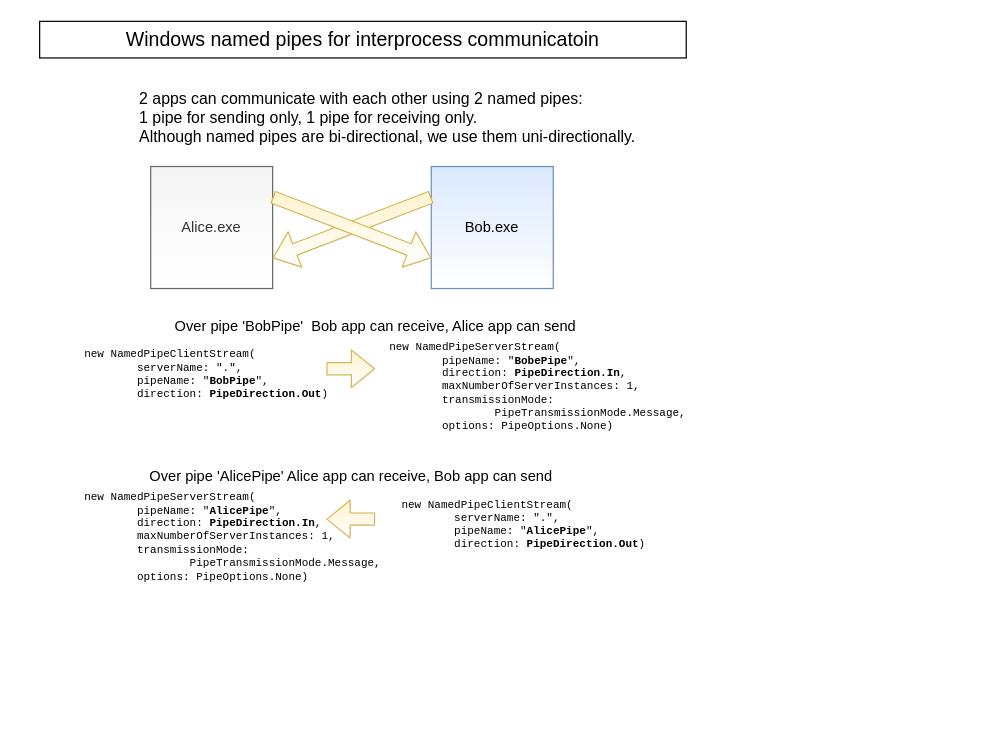
Earlier version of the draw.io diagram docs/NamedPipes.drawio (nklkli/NamedPipes). Source tidied: cells renumbered, new cells numbered last; positions are measured from the earlier drawing's top-left corner, leaving out a move shared by most shapes. Both pictures are drawn from the tidied source at 122%, with x=0, y=0 at pixel (39, 21).
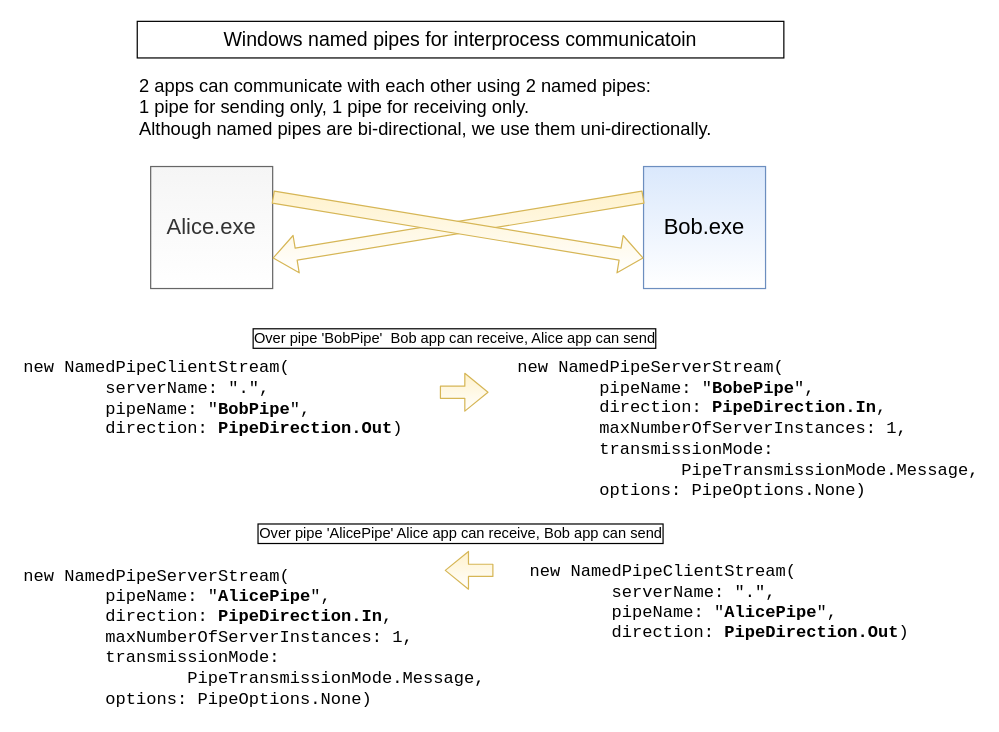
The same diagram, later.

Commit message (it also covers changes not shown here):
Diagram made larger

What changed in the source:
```diff
@@
 <mxGraphModel>
   <root>
     <mxCell id="0" />
     <mxCell id="1" parent="0" />
-    <mxCell id="2" value="Alice.exe" style="whiteSpace=wrap;html=1;fillColor=#f5f5f5;fontColor=#333333;strokeColor=#666666;gradientColor=#ffffff;" parent="1" vertex="1">
+    <mxCell id="2" value="Alice.exe" style="whiteSpace=wrap;html=1;fillColor=#f5f5f5;fontColor=#333333;strokeColor=#666666;gradientColor=#ffffff;fontSize=18;" parent="1" vertex="1">
       <mxGeometry x="91" y="119" width="100" height="100" as="geometry" />
     </mxCell>
-    <mxCell id="3" value="Bob.exe" style="whiteSpace=wrap;html=1;fillColor=#dae8fc;strokeColor=#6c8ebf;gradientColor=#ffffff;shadow=0;" parent="1" vertex="1">
-      <mxGeometry x="321" y="119" width="100" height="100" as="geometry" />
+    <mxCell id="3" value="Bob.exe" style="whiteSpace=wrap;html=1;fillColor=#dae8fc;strokeColor=#6c8ebf;gradientColor=#ffffff;shadow=0;fontSize=18;" parent="1" vertex="1">
+      <mxGeometry x="495" y="119" width="100" height="100" as="geometry" />
     </mxCell>
     <mxCell id="4" style="shape=flexArrow;endArrow=classic;html=1;rounded=1;strokeColor=#d6b656;shadow=0;fillColor=#fff2cc;gradientColor=#ffffff;entryX=1;entryY=0.75;entryDx=0;entryDy=0;exitX=0;exitY=0.25;exitDx=0;exitDy=0;" parent="1" edge="1" source="3" target="2">
       <mxGeometry relative="1" as="geometry" />
     </mxCell>
     <mxCell id="5" style="shape=flexArrow;endArrow=classic;html=1;rounded=1;strokeColor=#d6b656;shadow=0;fillColor=#fff2cc;exitX=1;exitY=0.25;exitDx=0;exitDy=0;entryX=0;entryY=0.75;entryDx=0;entryDy=0;endSize=6;startSize=6;gradientColor=#ffffff;" parent="1" edge="1" source="2" target="3">
       <mxGeometry relative="1" as="geometry" />
     </mxCell>
-    <mxCell id="6" value="&lt;div&gt;new NamedPipeClientStream(&lt;/div&gt;&lt;div&gt;&lt;span style=&quot;white-space: pre&quot;&gt;&#9;&lt;/span&gt;serverName: &quot;.&quot;,&lt;/div&gt;&lt;div&gt;&amp;nbsp; &amp;nbsp; &amp;nbsp; &amp;nbsp; pipeName: &quot;&lt;b&gt;BobPipe&lt;/b&gt;&quot;,&lt;/div&gt;&lt;div&gt;&amp;nbsp; &amp;nbsp; &amp;nbsp; &amp;nbsp; direction: &lt;b&gt;PipeDirection.Out&lt;/b&gt;)&lt;/div&gt;" style="text;html=1;align=left;verticalAlign=middle;strokeColor=none;fillColor=none;fontFamily=Consolas;fontSize=9;" parent="1" vertex="1">
-      <mxGeometry x="35" y="265" width="200" height="50" as="geometry" />
+    <mxCell id="6" value="&lt;div style=&quot;font-size: 14px;&quot;&gt;new NamedPipeClientStream(&lt;/div&gt;&lt;div style=&quot;font-size: 14px;&quot;&gt;&lt;span style=&quot;white-space: pre; font-size: 14px;&quot;&gt;&#9;&lt;/span&gt;serverName: &quot;.&quot;,&lt;/div&gt;&lt;div style=&quot;font-size: 14px;&quot;&gt;&amp;nbsp; &amp;nbsp; &amp;nbsp; &amp;nbsp; pipeName: &quot;&lt;b style=&quot;font-size: 14px;&quot;&gt;BobPipe&lt;/b&gt;&quot;,&lt;/div&gt;&lt;div style=&quot;font-size: 14px;&quot;&gt;&amp;nbsp; &amp;nbsp; &amp;nbsp; &amp;nbsp; direction: &lt;b style=&quot;font-size: 14px;&quot;&gt;PipeDirection.Out&lt;/b&gt;)&lt;/div&gt;" style="text;html=1;align=left;verticalAlign=middle;strokeColor=none;fillColor=none;fontFamily=Consolas;fontSize=14;" parent="1" vertex="1">
+      <mxGeometry x="-15" y="274" width="300" height="70" as="geometry" />
     </mxCell>
-    <mxCell id="7" value="new NamedPipeServerStream(&lt;br&gt;&amp;nbsp; &amp;nbsp; &lt;span style=&quot;white-space: pre&quot;&gt;&#9;&lt;/span&gt;pipeName: &quot;&lt;b&gt;BobePipe&lt;/b&gt;&quot;,&lt;br&gt;&lt;span style=&quot;white-space: pre&quot;&gt;&#9;&lt;/span&gt;direction: &lt;b&gt;PipeDirection.In&lt;/b&gt;,&lt;br&gt;&amp;nbsp; &amp;nbsp; &amp;nbsp; &amp;nbsp; maxNumberOfServerInstances: 1,&lt;br&gt;&amp;nbsp; &amp;nbsp; &amp;nbsp; &amp;nbsp; transmissionMode: &lt;br&gt;&lt;span style=&quot;white-space: pre&quot;&gt;&#9;&lt;/span&gt;&lt;span style=&quot;white-space: pre&quot;&gt;&#9;&lt;/span&gt;PipeTransmissionMode.Message,&lt;br&gt;&amp;nbsp; &amp;nbsp; &amp;nbsp; &amp;nbsp; options: PipeOptions.None)" style="text;html=1;align=left;verticalAlign=middle;strokeColor=none;fillColor=none;fontFamily=Consolas;fontSize=9;" parent="1" vertex="1">
-      <mxGeometry x="285" y="260" width="240" height="80" as="geometry" />
+    <mxCell id="7" value="new NamedPipeServerStream(&lt;br style=&quot;font-size: 14px;&quot;&gt;&amp;nbsp; &amp;nbsp; &lt;span style=&quot;white-space: pre; font-size: 14px;&quot;&gt;&#9;&lt;/span&gt;pipeName: &quot;&lt;b style=&quot;font-size: 14px;&quot;&gt;BobePipe&lt;/b&gt;&quot;,&lt;br style=&quot;font-size: 14px;&quot;&gt;&lt;span style=&quot;white-space: pre; font-size: 14px;&quot;&gt;&#9;&lt;/span&gt;direction: &lt;b style=&quot;font-size: 14px;&quot;&gt;PipeDirection.In&lt;/b&gt;,&lt;br style=&quot;font-size: 14px;&quot;&gt;&amp;nbsp; &amp;nbsp; &amp;nbsp; &amp;nbsp; maxNumberOfServerInstances: 1,&lt;br style=&quot;font-size: 14px;&quot;&gt;&amp;nbsp; &amp;nbsp; &amp;nbsp; &amp;nbsp; transmissionMode: &lt;br style=&quot;font-size: 14px;&quot;&gt;&lt;span style=&quot;white-space: pre; font-size: 14px;&quot;&gt;&#9;&lt;/span&gt;&lt;span style=&quot;white-space: pre; font-size: 14px;&quot;&gt;&#9;&lt;/span&gt;PipeTransmissionMode.Message,&lt;br style=&quot;font-size: 14px;&quot;&gt;&amp;nbsp; &amp;nbsp; &amp;nbsp; &amp;nbsp; options: PipeOptions.None)" style="text;html=1;align=left;verticalAlign=middle;strokeColor=none;fillColor=none;fontFamily=Consolas;fontSize=14;" parent="1" vertex="1">
+      <mxGeometry x="390" y="274" width="360" height="120" as="geometry" />
     </mxCell>
     <mxCell id="8" style="shape=flexArrow;endArrow=classic;html=1;rounded=1;strokeColor=#d6b656;shadow=0;fillColor=#fff2cc;exitX=1;exitY=0.25;exitDx=0;exitDy=0;endSize=6;startSize=6;gradientColor=#ffffff;" parent="1" edge="1">
       <mxGeometry relative="1" as="geometry">
-        <mxPoint x="235" y="284.8" as="sourcePoint" />
-        <mxPoint x="275" y="284.8" as="targetPoint" />
+        <mxPoint x="328" y="304" as="sourcePoint" />
+        <mxPoint x="368" y="304" as="targetPoint" />
       </mxGeometry>
     </mxCell>
-    <mxCell id="9" value="&lt;div&gt;new NamedPipeClientStream(&lt;/div&gt;&lt;div&gt;&lt;span style=&quot;white-space: pre&quot;&gt;&#9;&lt;/span&gt;serverName: &quot;.&quot;,&lt;/div&gt;&lt;div&gt;&amp;nbsp; &amp;nbsp; &amp;nbsp; &amp;nbsp; pipeName: &quot;&lt;b&gt;AlicePipe&lt;/b&gt;&quot;,&lt;/div&gt;&lt;div&gt;&amp;nbsp; &amp;nbsp; &amp;nbsp; &amp;nbsp; direction: &lt;b&gt;PipeDirection.Out&lt;/b&gt;)&lt;/div&gt;" style="text;html=1;align=left;verticalAlign=middle;strokeColor=none;fillColor=none;fontFamily=Consolas;fontSize=9;" parent="1" vertex="1">
-      <mxGeometry x="295" y="388" width="200" height="50" as="geometry" />
+    <mxCell id="9" value="&lt;div style=&quot;font-size: 14px;&quot;&gt;new NamedPipeClientStream(&lt;/div&gt;&lt;div style=&quot;font-size: 14px;&quot;&gt;&lt;span style=&quot;white-space: pre; font-size: 14px;&quot;&gt;&#9;&lt;/span&gt;serverName: &quot;.&quot;,&lt;/div&gt;&lt;div style=&quot;font-size: 14px;&quot;&gt;&amp;nbsp; &amp;nbsp; &amp;nbsp; &amp;nbsp; pipeName: &quot;&lt;b style=&quot;font-size: 14px;&quot;&gt;AlicePipe&lt;/b&gt;&quot;,&lt;/div&gt;&lt;div style=&quot;font-size: 14px;&quot;&gt;&amp;nbsp; &amp;nbsp; &amp;nbsp; &amp;nbsp; direction: &lt;b style=&quot;font-size: 14px;&quot;&gt;PipeDirection.Out&lt;/b&gt;)&lt;/div&gt;" style="text;html=1;align=left;verticalAlign=middle;strokeColor=none;fillColor=none;fontFamily=Consolas;fontSize=14;" parent="1" vertex="1">
+      <mxGeometry x="400" y="441" width="300" height="70" as="geometry" />
     </mxCell>
     <mxCell id="10" style="shape=flexArrow;endArrow=classic;html=1;rounded=1;strokeColor=#d6b656;shadow=0;fillColor=#fff2cc;exitX=1;exitY=0.25;exitDx=0;exitDy=0;endSize=6;startSize=6;gradientColor=#ffffff;" parent="1" edge="1">
       <mxGeometry relative="1" as="geometry">
-        <mxPoint x="275" y="408" as="sourcePoint" />
-        <mxPoint x="235" y="408" as="targetPoint" />
+        <mxPoint x="372" y="450" as="sourcePoint" />
+        <mxPoint x="332" y="450" as="targetPoint" />
       </mxGeometry>
     </mxCell>
-    <mxCell id="11" value="new NamedPipeServerStream(&lt;br&gt;&amp;nbsp; &amp;nbsp; &lt;span style=&quot;white-space: pre&quot;&gt;&#9;&lt;/span&gt;pipeName: &quot;&lt;b&gt;AlicePipe&lt;/b&gt;&quot;,&lt;br&gt;&lt;span style=&quot;white-space: pre&quot;&gt;&#9;&lt;/span&gt;direction: &lt;b&gt;PipeDirection.In&lt;/b&gt;,&lt;br&gt;&amp;nbsp; &amp;nbsp; &amp;nbsp; &amp;nbsp; maxNumberOfServerInstances: 1,&lt;br&gt;&amp;nbsp; &amp;nbsp; &amp;nbsp; &amp;nbsp; transmissionMode: &lt;br&gt;&lt;span style=&quot;white-space: pre&quot;&gt;&#9;&lt;/span&gt;&lt;span style=&quot;white-space: pre&quot;&gt;&#9;&lt;/span&gt;PipeTransmissionMode.Message,&lt;br&gt;&amp;nbsp; &amp;nbsp; &amp;nbsp; &amp;nbsp; options: PipeOptions.None)" style="text;html=1;align=left;verticalAlign=middle;strokeColor=none;fillColor=none;fontFamily=Consolas;fontSize=9;" parent="1" vertex="1">
-      <mxGeometry x="35" y="383" width="240" height="80" as="geometry" />
+    <mxCell id="11" value="new NamedPipeServerStream(&lt;br style=&quot;font-size: 14px;&quot;&gt;&amp;nbsp; &amp;nbsp; &lt;span style=&quot;white-space: pre; font-size: 14px;&quot;&gt;&#9;&lt;/span&gt;pipeName: &quot;&lt;b style=&quot;font-size: 14px;&quot;&gt;AlicePipe&lt;/b&gt;&quot;,&lt;br style=&quot;font-size: 14px;&quot;&gt;&lt;span style=&quot;white-space: pre; font-size: 14px;&quot;&gt;&#9;&lt;/span&gt;direction: &lt;b style=&quot;font-size: 14px;&quot;&gt;PipeDirection.In&lt;/b&gt;,&lt;br style=&quot;font-size: 14px;&quot;&gt;&amp;nbsp; &amp;nbsp; &amp;nbsp; &amp;nbsp; maxNumberOfServerInstances: 1,&lt;br style=&quot;font-size: 14px;&quot;&gt;&amp;nbsp; &amp;nbsp; &amp;nbsp; &amp;nbsp; transmissionMode: &lt;br style=&quot;font-size: 14px;&quot;&gt;&lt;span style=&quot;white-space: pre; font-size: 14px;&quot;&gt;&#9;&lt;/span&gt;&lt;span style=&quot;white-space: pre; font-size: 14px;&quot;&gt;&#9;&lt;/span&gt;PipeTransmissionMode.Message,&lt;br style=&quot;font-size: 14px;&quot;&gt;&amp;nbsp; &amp;nbsp; &amp;nbsp; &amp;nbsp; options: PipeOptions.None)" style="text;html=1;align=left;verticalAlign=middle;strokeColor=none;fillColor=none;fontFamily=Consolas;fontSize=14;" parent="1" vertex="1">
+      <mxGeometry x="-15" y="445" width="360" height="120" as="geometry" />
     </mxCell>
-    <mxCell id="12" value="2 apps can communicate with each other using 2 named pipes: &lt;br style=&quot;font-size: 13px;&quot;&gt;1 pipe for sending only, 1 pipe for receiving only.&lt;br style=&quot;font-size: 13px;&quot;&gt;Although named pipes are bi-directional, we use them uni-directionally." style="text;html=1;align=left;verticalAlign=middle;strokeColor=none;fillColor=none;fontSize=13;" parent="1" vertex="1">
-      <mxGeometry x="80" y="54" width="420" height="50" as="geometry" />
+    <mxCell id="12" value="2 apps can communicate with each other using 2 named pipes: &lt;br style=&quot;font-size: 15px;&quot;&gt;1 pipe for sending only, 1 pipe for receiving only.&lt;br style=&quot;font-size: 15px;&quot;&gt;Although named pipes are bi-directional, we use them uni-directionally." style="text;html=1;align=left;verticalAlign=middle;strokeColor=none;fillColor=none;fontSize=15;" parent="1" vertex="1">
+      <mxGeometry x="80" y="40" width="480" height="60" as="geometry" />
     </mxCell>
-    <mxCell id="13" value="Over pipe 'AlicePipe' Alice app can receive, Bob app can send" style="text;html=1;align=center;verticalAlign=middle;strokeColor=none;fillColor=none;fontSize=12;" parent="1" vertex="1">
-      <mxGeometry x="80" y="363" width="350" height="20" as="geometry" />
+    <mxCell id="13" value="Over pipe 'AlicePipe' Alice app can receive, Bob app can send" style="text;html=1;align=center;verticalAlign=middle;strokeColor=none;fillColor=none;fontSize=12;labelBorderColor=default;" parent="1" vertex="1">
+      <mxGeometry x="170" y="410" width="350" height="20" as="geometry" />
     </mxCell>
-    <mxCell id="14" value="Over pipe 'BobPipe'&amp;nbsp; Bob app can receive, Alice app can send" style="text;html=1;align=center;verticalAlign=middle;strokeColor=none;fillColor=none;fontSize=12;" parent="1" vertex="1">
-      <mxGeometry x="105" y="240" width="340" height="20" as="geometry" />
+    <mxCell id="14" value="Over pipe 'BobPipe'&amp;nbsp; Bob app can receive, Alice app can send" style="text;html=1;align=center;verticalAlign=middle;strokeColor=none;fillColor=none;fontSize=12;labelBackgroundColor=none;labelBorderColor=default;" parent="1" vertex="1">
+      <mxGeometry x="170" y="250" width="340" height="20" as="geometry" />
     </mxCell>
     <mxCell id="15" value="&lt;span style=&quot;font-size: 16px&quot;&gt;Windows named pipes&amp;nbsp;&lt;/span&gt;&lt;span style=&quot;font-size: 16px&quot;&gt;for&amp;nbsp;&lt;/span&gt;&lt;span style=&quot;font-size: 16px&quot;&gt;interprocess communicatoin&lt;/span&gt;" style="rounded=0;whiteSpace=wrap;html=1;fontSize=16;" parent="1" vertex="1">
-      <mxGeometry width="530" height="30" as="geometry" />
+      <mxGeometry x="80" width="530" height="30" as="geometry" />
     </mxCell>
   </root>
 </mxGraphModel>
```
